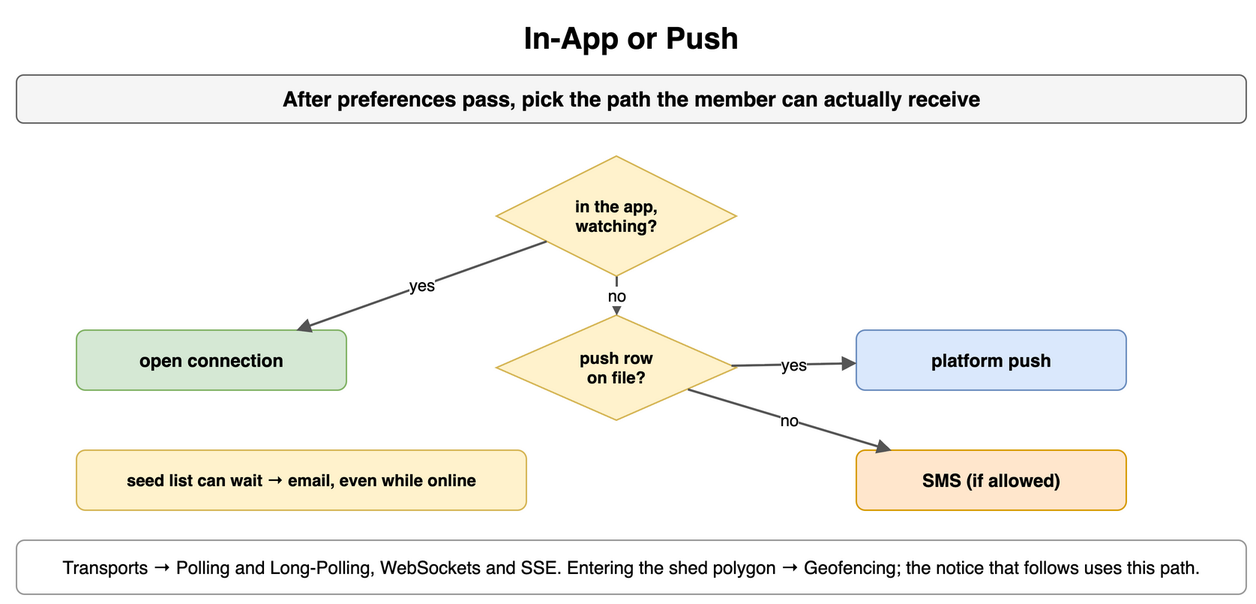
The draw.io diagram content/09_System_Design_Interview/21_Real_Time_and_Notification_Systems/diagrams/notifications-7-in-app-or-push.png in amendez13/swe-study-guide, before a commit. Source tidied: cells renumbered, new cells last; positions are measured from the earlier drawing's top-left corner, leaving out a move shared by most shapes. The source it was exported from:
```xml
<mxGraphModel>
  <root>
    <mxCell id="0" />
    <mxCell id="1" parent="0" />
    <mxCell id="2" value="In-App or Push" style="text;html=1;align=center;verticalAlign=middle;whiteSpace=wrap;fontSize=20;fontStyle=1;" parent="1" vertex="1">
      <mxGeometry width="820" height="30" as="geometry" />
    </mxCell>
    <mxCell id="3" value="After preferences pass, pick the path the member can actually receive" style="rounded=1;whiteSpace=wrap;html=1;fillColor=#f5f5f5;strokeColor=#666666;fontStyle=1;fontSize=14;" parent="1" vertex="1">
      <mxGeometry y="40" width="820" height="32" as="geometry" />
    </mxCell>
    <mxCell id="4" value="in the app,&lt;br&gt;watching?" style="rhombus;whiteSpace=wrap;html=1;fillColor=#fff2cc;strokeColor=#d6b656;fontSize=11;fontStyle=1;" parent="1" vertex="1">
      <mxGeometry x="320" y="94" width="160" height="80" as="geometry" />
    </mxCell>
    <mxCell id="5" value="open connection" style="rounded=1;whiteSpace=wrap;html=1;fillColor=#d5e8d4;strokeColor=#82b366;fontSize=12;align=center;fontStyle=1;" parent="1" vertex="1">
      <mxGeometry x="40" y="210" width="180" height="40" as="geometry" />
    </mxCell>
    <mxCell id="6" value="push row&lt;br&gt;on file?" style="rhombus;whiteSpace=wrap;html=1;fillColor=#fff2cc;strokeColor=#d6b656;fontSize=11;fontStyle=1;" parent="1" vertex="1">
      <mxGeometry x="320" y="200" width="160" height="70" as="geometry" />
    </mxCell>
    <mxCell id="7" value="yes" style="endArrow=block;endSize=6;html=1;strokeWidth=1.5;strokeColor=#555555;fontSize=11;labelBackgroundColor=#ffffff;" parent="1" edge="1" source="4" target="5">
      <mxGeometry relative="1" as="geometry" />
    </mxCell>
    <mxCell id="8" value="no" style="endArrow=block;endSize=6;html=1;strokeWidth=1.5;strokeColor=#555555;fontSize=11;labelBackgroundColor=#ffffff;" parent="1" edge="1" source="4" target="6">
      <mxGeometry relative="1" as="geometry" />
    </mxCell>
    <mxCell id="9" value="platform push" style="rounded=1;whiteSpace=wrap;html=1;fillColor=#dae8fc;strokeColor=#6c8ebf;fontSize=12;align=center;fontStyle=1;" parent="1" vertex="1">
      <mxGeometry x="560" y="210" width="180" height="40" as="geometry" />
    </mxCell>
    <mxCell id="10" value="SMS (if allowed)" style="rounded=1;whiteSpace=wrap;html=1;fillColor=#ffe6cc;strokeColor=#d79b00;fontSize=12;align=center;fontStyle=1;" parent="1" vertex="1">
      <mxGeometry x="560" y="290" width="180" height="40" as="geometry" />
    </mxCell>
    <mxCell id="11" value="yes" style="endArrow=block;endSize=6;html=1;strokeWidth=1.5;strokeColor=#555555;fontSize=11;labelBackgroundColor=#ffffff;" parent="1" edge="1" source="6" target="9">
      <mxGeometry relative="1" as="geometry" />
    </mxCell>
    <mxCell id="12" value="no" style="endArrow=block;endSize=6;html=1;strokeWidth=1.5;strokeColor=#555555;fontSize=11;labelBackgroundColor=#ffffff;" parent="1" edge="1" source="6" target="10">
      <mxGeometry relative="1" as="geometry" />
    </mxCell>
    <mxCell id="13" value="seed list can wait → email, even while online" style="rounded=1;whiteSpace=wrap;html=1;fillColor=#fff2cc;strokeColor=#d6b656;fontSize=11;align=center;fontStyle=1;" parent="1" vertex="1">
      <mxGeometry x="40" y="290" width="300" height="40" as="geometry" />
    </mxCell>
    <mxCell id="14" value="Transports → Polling and Long-Polling, WebSockets and SSE. Entering the shed polygon → Geofencing; the notice that follows uses this path." style="rounded=1;whiteSpace=wrap;html=1;fillColor=#ffffff;strokeColor=#999999;fontSize=12;align=center;" parent="1" vertex="1">
      <mxGeometry y="350" width="820" height="36" as="geometry" />
    </mxCell>
  </root>
</mxGraphModel>
```
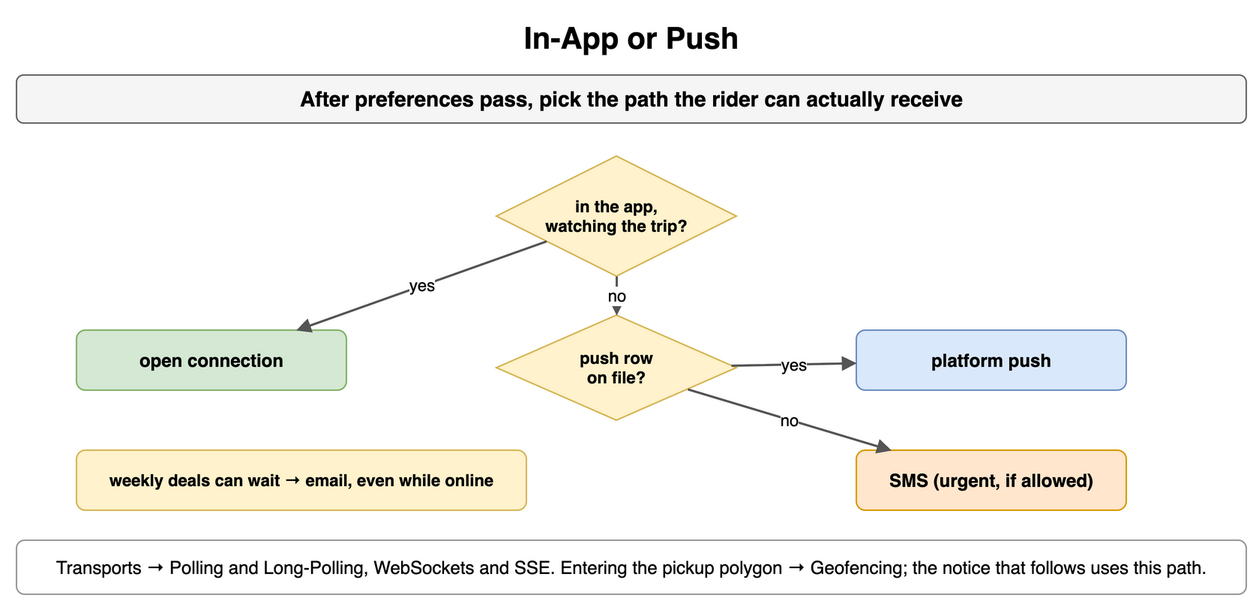
The same file after the commit.

What changed in the source:
```diff
@@ -5,10 +5,10 @@
     <mxCell id="2" value="In-App or Push" style="text;html=1;align=center;verticalAlign=middle;whiteSpace=wrap;fontSize=20;fontStyle=1;" parent="1" vertex="1">
       <mxGeometry width="820" height="30" as="geometry" />
     </mxCell>
-    <mxCell id="3" value="After preferences pass, pick the path the member can actually receive" style="rounded=1;whiteSpace=wrap;html=1;fillColor=#f5f5f5;strokeColor=#666666;fontStyle=1;fontSize=14;" parent="1" vertex="1">
+    <mxCell id="3" value="After preferences pass, pick the path the rider can actually receive" style="rounded=1;whiteSpace=wrap;html=1;fillColor=#f5f5f5;strokeColor=#666666;fontStyle=1;fontSize=14;" parent="1" vertex="1">
       <mxGeometry y="40" width="820" height="32" as="geometry" />
     </mxCell>
-    <mxCell id="4" value="in the app,&lt;br&gt;watching?" style="rhombus;whiteSpace=wrap;html=1;fillColor=#fff2cc;strokeColor=#d6b656;fontSize=11;fontStyle=1;" parent="1" vertex="1">
+    <mxCell id="4" value="in the app,&lt;br&gt;watching the trip?" style="rhombus;whiteSpace=wrap;html=1;fillColor=#fff2cc;strokeColor=#d6b656;fontSize=11;fontStyle=1;" parent="1" vertex="1">
       <mxGeometry x="320" y="94" width="160" height="80" as="geometry" />
     </mxCell>
     <mxCell id="5" value="open connection" style="rounded=1;whiteSpace=wrap;html=1;fillColor=#d5e8d4;strokeColor=#82b366;fontSize=12;align=center;fontStyle=1;" parent="1" vertex="1">
@@ -26,7 +26,7 @@
     <mxCell id="9" value="platform push" style="rounded=1;whiteSpace=wrap;html=1;fillColor=#dae8fc;strokeColor=#6c8ebf;fontSize=12;align=center;fontStyle=1;" parent="1" vertex="1">
       <mxGeometry x="560" y="210" width="180" height="40" as="geometry" />
     </mxCell>
-    <mxCell id="10" value="SMS (if allowed)" style="rounded=1;whiteSpace=wrap;html=1;fillColor=#ffe6cc;strokeColor=#d79b00;fontSize=12;align=center;fontStyle=1;" parent="1" vertex="1">
+    <mxCell id="10" value="SMS (urgent, if allowed)" style="rounded=1;whiteSpace=wrap;html=1;fillColor=#ffe6cc;strokeColor=#d79b00;fontSize=12;align=center;fontStyle=1;" parent="1" vertex="1">
       <mxGeometry x="560" y="290" width="180" height="40" as="geometry" />
     </mxCell>
     <mxCell id="11" value="yes" style="endArrow=block;endSize=6;html=1;strokeWidth=1.5;strokeColor=#555555;fontSize=11;labelBackgroundColor=#ffffff;" parent="1" edge="1" source="6" target="9">
@@ -35,10 +35,10 @@
     <mxCell id="12" value="no" style="endArrow=block;endSize=6;html=1;strokeWidth=1.5;strokeColor=#555555;fontSize=11;labelBackgroundColor=#ffffff;" parent="1" edge="1" source="6" target="10">
       <mxGeometry relative="1" as="geometry" />
     </mxCell>
-    <mxCell id="13" value="seed list can wait → email, even while online" style="rounded=1;whiteSpace=wrap;html=1;fillColor=#fff2cc;strokeColor=#d6b656;fontSize=11;align=center;fontStyle=1;" parent="1" vertex="1">
+    <mxCell id="13" value="weekly deals can wait → email, even while online" style="rounded=1;whiteSpace=wrap;html=1;fillColor=#fff2cc;strokeColor=#d6b656;fontSize=11;align=center;fontStyle=1;" parent="1" vertex="1">
       <mxGeometry x="40" y="290" width="300" height="40" as="geometry" />
     </mxCell>
-    <mxCell id="14" value="Transports → Polling and Long-Polling, WebSockets and SSE. Entering the shed polygon → Geofencing; the notice that follows uses this path." style="rounded=1;whiteSpace=wrap;html=1;fillColor=#ffffff;strokeColor=#999999;fontSize=12;align=center;" parent="1" vertex="1">
+    <mxCell id="14" value="Transports → Polling and Long-Polling, WebSockets and SSE. Entering the pickup polygon → Geofencing; the notice that follows uses this path." style="rounded=1;whiteSpace=wrap;html=1;fillColor=#ffffff;strokeColor=#999999;fontSize=12;align=center;" parent="1" vertex="1">
       <mxGeometry y="350" width="820" height="36" as="geometry" />
     </mxCell>
   </root>
```
